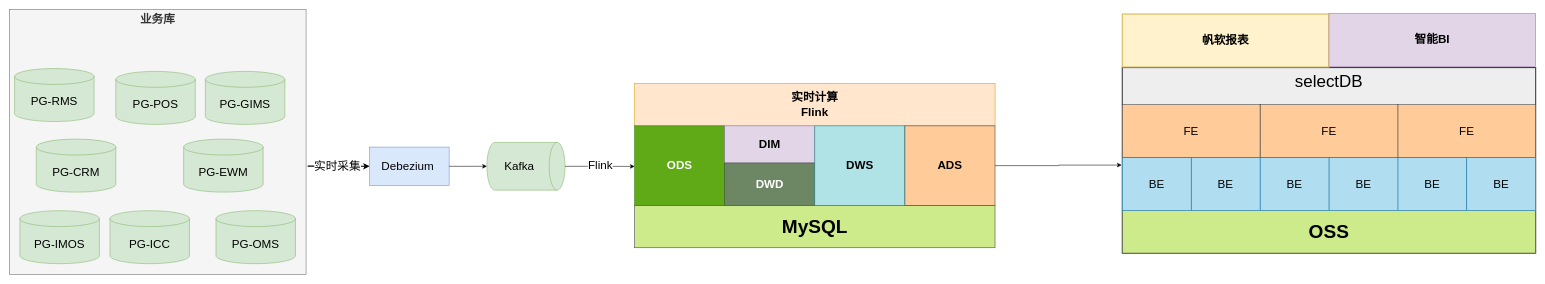
This is page "实时计算" (6 of 6) of BSD.drawio from starzy1990/diagrams, a draw.io file, before an edit. Source tidied: cells renumbered, new cells numbered last; positions are measured from the earlier drawing's top-left corner, leaving out a move shared by most shapes. Both pictures are drawn from the tidied source at 53%, with x=0, y=0 at pixel (9, 9).
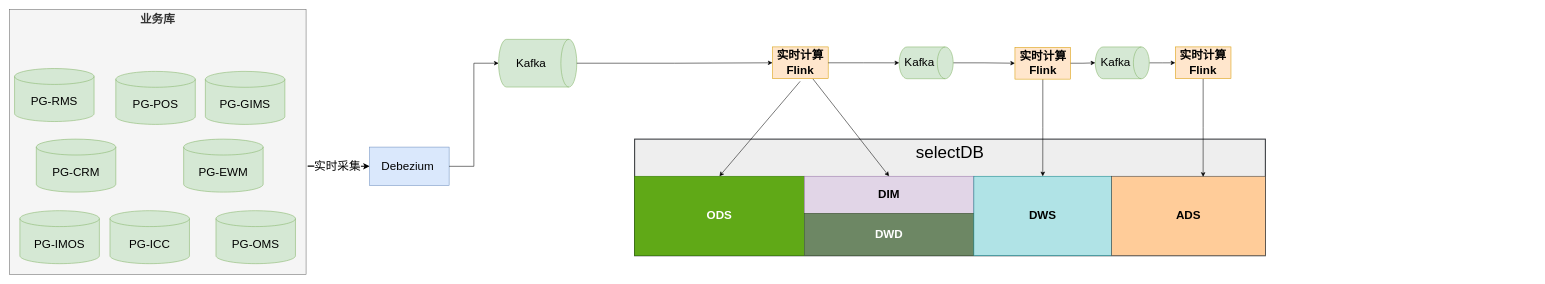
After the change.

The edit, as a diff of the source:
```diff
@@
     <mxCell id="2" value="selectDB" style="rounded=0;whiteSpace=wrap;html=1;fontSize=32;verticalAlign=top;fillColor=#eeeeee;strokeColor=#36393d;strokeWidth=2;" parent="1" vertex="1">
-      <mxGeometry x="2100" y="110" width="780" height="350" as="geometry" />
+      <mxGeometry x="1179.9" y="245" width="1190.1" height="220" as="geometry" />
     </mxCell>
-    <mxCell id="3" value="MySQL" style="rounded=0;whiteSpace=wrap;html=1;fillColor=#cdeb8b;horizontal=1;verticalAlign=middle;fontSize=36;strokeColor=#36393d;fontStyle=1;" parent="1" vertex="1">
-      <mxGeometry x="1179.9" y="370" width="680" height="80" as="geometry" />
-    </mxCell>
@@
-    <mxCell id="7" value="帆软报表" style="rounded=0;whiteSpace=wrap;html=1;fillColor=#fff2cc;strokeColor=#d6b656;strokeWidth=2;fontSize=22;fontStyle=1;" parent="1" vertex="1">
-      <mxGeometry x="2100" y="9" width="390" height="100" as="geometry" />
-    </mxCell>
     <mxCell id="8" value="Kafka" style="shape=cylinder3;whiteSpace=wrap;html=1;boundedLbl=1;backgroundOutline=1;size=15;rotation=90;fillColor=#d5e8d4;strokeColor=#82b366;fontSize=22;horizontal=0;" parent="1" vertex="1">
-      <mxGeometry x="929.9" y="222.5" width="90" height="147.5" as="geometry" />
+      <mxGeometry x="952" y="28" width="90" height="147.5" as="geometry" />
     </mxCell>
@@
-    <mxCell id="19" value="智能BI" style="rounded=0;whiteSpace=wrap;html=1;fontSize=22;fillColor=#e1d5e7;strokeColor=#9673a6;fontStyle=1;" parent="1" vertex="1">
-      <mxGeometry x="2490" y="8" width="390" height="100" as="geometry" />
-    </mxCell>
-    <mxCell id="20" value="实时计算&lt;div&gt;Flink&lt;/div&gt;" style="rounded=0;whiteSpace=wrap;html=1;fontStyle=1;fontSize=22;fillColor=#ffe6cc;strokeColor=#d79b00;" parent="1" vertex="1">
-      <mxGeometry x="1179.9" y="140" width="680.1" height="80" as="geometry" />
-    </mxCell>
+    <mxCell id="39" style="rounded=0;jettySize=auto;html=1;entryX=0.5;entryY=0;entryDx=0;entryDy=0;exitX=0.497;exitY=1.082;exitDx=0;exitDy=0;exitPerimeter=0;" parent="1" edge="1" source="41" target="21">
+      <mxGeometry relative="1" as="geometry" />
+    </mxCell>
     <mxCell id="21" value="ODS" style="rounded=0;whiteSpace=wrap;html=1;fillColor=#60a917;strokeColor=#2D7600;fontStyle=1;fontSize=22;fontColor=#ffffff;" parent="1" vertex="1">
-      <mxGeometry x="1179.9" y="220" width="170" height="150" as="geometry" />
+      <mxGeometry x="1179.9" y="315" width="320.1" height="150" as="geometry" />
     </mxCell>
     <mxCell id="22" value="DIM" style="rounded=0;whiteSpace=wrap;html=1;fillColor=#e1d5e7;strokeColor=#9673a6;fontStyle=1;fontSize=22;" parent="1" vertex="1">
-      <mxGeometry x="1349.9" y="220" width="170" height="70" as="geometry" />
+      <mxGeometry x="1500" y="315" width="320" height="70" as="geometry" />
     </mxCell>
     <mxCell id="23" value="DWD" style="rounded=0;whiteSpace=wrap;html=1;fillColor=#6d8764;strokeColor=#3A5431;fontStyle=1;fontSize=22;fontColor=#ffffff;" parent="1" vertex="1">
-      <mxGeometry x="1349.9" y="290" width="170" height="80" as="geometry" />
+      <mxGeometry x="1500" y="385" width="320" height="80" as="geometry" />
     </mxCell>
     <mxCell id="24" value="DWS" style="rounded=0;whiteSpace=wrap;html=1;fillColor=#b0e3e6;strokeColor=#0e8088;fontStyle=1;fontSize=22;" parent="1" vertex="1">
-      <mxGeometry x="1519.9" y="220" width="170" height="150" as="geometry" />
+      <mxGeometry x="1820" y="315" width="260" height="150" as="geometry" />
     </mxCell>
-    <mxCell id="25" style="edgeStyle=orthogonalEdgeStyle;rounded=0;jettySize=auto;html=1;entryX=-0.009;entryY=0.14;entryDx=0;entryDy=0;entryPerimeter=0;" parent="1" edge="1" source="26" target="35">
-      <mxGeometry relative="1" as="geometry" />
-    </mxCell>
     <mxCell id="26" value="ADS" style="rounded=0;whiteSpace=wrap;html=1;fillColor=#ffcc99;strokeColor=#36393d;fontStyle=1;fontSize=22;" parent="1" vertex="1">
-      <mxGeometry x="1689.9" y="220" width="170" height="150" as="geometry" />
+      <mxGeometry x="2080" y="315" width="290" height="150" as="geometry" />
     </mxCell>
-    <mxCell id="27" value="OSS" style="rounded=0;whiteSpace=wrap;html=1;fillColor=#cdeb8b;horizontal=1;verticalAlign=middle;fontSize=36;strokeColor=#36393d;fontStyle=1;" parent="1" vertex="1">
-      <mxGeometry x="2100" y="380" width="780" height="80" as="geometry" />
-    </mxCell>
-    <mxCell id="28" value="BE" style="rounded=0;whiteSpace=wrap;html=1;fontSize=22;fillColor=#b1ddf0;strokeColor=#10739e;" parent="1" vertex="1">
-      <mxGeometry x="2620" y="280" width="130" height="100" as="geometry" />
-    </mxCell>
-    <mxCell id="29" value="FE" style="rounded=0;whiteSpace=wrap;html=1;fontSize=22;fillColor=#ffcc99;strokeColor=#36393d;" parent="1" vertex="1">
-      <mxGeometry x="2620" y="180" width="260" height="100" as="geometry" />
-    </mxCell>
-    <mxCell id="30" style="edgeStyle=orthogonalEdgeStyle;rounded=0;jettySize=auto;html=1;" parent="1" edge="1" source="8">
-      <mxGeometry relative="1" as="geometry">
-        <mxPoint x="1179.9" y="296.5" as="targetPoint" />
-      </mxGeometry>
+    <mxCell id="30" style="edgeStyle=orthogonalEdgeStyle;rounded=0;jettySize=auto;html=1;entryX=0;entryY=0.5;entryDx=0;entryDy=0;" parent="1" edge="1" source="8" target="41">
+      <mxGeometry relative="1" as="geometry" />
     </mxCell>
-    <mxCell id="31" value="Flink" style="edgeLabel;html=1;align=center;verticalAlign=middle;fontSize=22;" parent="30" vertex="1">
-      <mxGeometry y="3" relative="1" as="geometry">
-        <mxPoint x="1" as="offset" />
-      </mxGeometry>
-    </mxCell>
-    <mxCell id="32" value="BE" style="rounded=0;whiteSpace=wrap;html=1;fontSize=22;fillColor=#b1ddf0;strokeColor=#10739e;" parent="1" vertex="1">
-      <mxGeometry x="2490" y="280" width="130" height="100" as="geometry" />
-    </mxCell>
-    <mxCell id="33" value="BE" style="rounded=0;whiteSpace=wrap;html=1;fontSize=22;fillColor=#b1ddf0;strokeColor=#10739e;" parent="1" vertex="1">
-      <mxGeometry x="2360" y="280" width="130" height="100" as="geometry" />
-    </mxCell>
-    <mxCell id="34" value="BE" style="rounded=0;whiteSpace=wrap;html=1;fontSize=22;fillColor=#b1ddf0;strokeColor=#10739e;" parent="1" vertex="1">
-      <mxGeometry x="2230" y="280" width="130" height="100" as="geometry" />
-    </mxCell>
-    <mxCell id="35" value="BE" style="rounded=0;whiteSpace=wrap;html=1;fontSize=22;fillColor=#b1ddf0;strokeColor=#10739e;" parent="1" vertex="1">
-      <mxGeometry x="2100" y="280" width="130" height="100" as="geometry" />
-    </mxCell>
-    <mxCell id="36" value="BE" style="rounded=0;whiteSpace=wrap;html=1;fontSize=22;fillColor=#b1ddf0;strokeColor=#10739e;" parent="1" vertex="1">
-      <mxGeometry x="2750" y="280" width="130" height="100" as="geometry" />
-    </mxCell>
-    <mxCell id="37" value="FE" style="rounded=0;whiteSpace=wrap;html=1;fontSize=22;fillColor=#ffcc99;strokeColor=#36393d;" parent="1" vertex="1">
-      <mxGeometry x="2360" y="180" width="260" height="100" as="geometry" />
-    </mxCell>
-    <mxCell id="38" value="FE" style="rounded=0;whiteSpace=wrap;html=1;fontSize=22;fillColor=#ffcc99;strokeColor=#36393d;" parent="1" vertex="1">
-      <mxGeometry x="2100" y="180" width="260" height="100" as="geometry" />
-    </mxCell>
+    <mxCell id="40" style="rounded=0;jettySize=auto;html=1;entryX=0.5;entryY=0;entryDx=0;entryDy=0;" parent="1" edge="1" source="41" target="22">
+      <mxGeometry relative="1" as="geometry" />
+    </mxCell>
+    <mxCell id="41" value="实时计算&lt;div&gt;Flink&lt;/div&gt;" style="rounded=0;whiteSpace=wrap;html=1;fontStyle=1;fontSize=22;fillColor=#ffe6cc;strokeColor=#d79b00;" parent="1" vertex="1">
+      <mxGeometry x="1440" y="71" width="105.1" height="60" as="geometry" />
+    </mxCell>
+    <mxCell id="42" style="edgeStyle=orthogonalEdgeStyle;rounded=0;jettySize=auto;html=1;entryX=0;entryY=0.5;entryDx=0;entryDy=0;" parent="1" edge="1" source="43" target="45">
+      <mxGeometry relative="1" as="geometry" />
+    </mxCell>
+    <mxCell id="43" value="Kafka" style="shape=cylinder3;whiteSpace=wrap;html=1;boundedLbl=1;backgroundOutline=1;size=15;rotation=90;fillColor=#d5e8d4;strokeColor=#82b366;fontSize=22;horizontal=0;" parent="1" vertex="1">
+      <mxGeometry x="1700" y="50.1" width="60" height="101.9" as="geometry" />
+    </mxCell>
+    <mxCell id="44" style="edgeStyle=orthogonalEdgeStyle;rounded=0;jettySize=auto;html=1;entryX=0.5;entryY=0;entryDx=0;entryDy=0;" parent="1" edge="1" source="45" target="24">
+      <mxGeometry relative="1" as="geometry" />
+    </mxCell>
+    <mxCell id="45" value="实时计算&lt;div&gt;Flink&lt;/div&gt;" style="rounded=0;whiteSpace=wrap;html=1;fontStyle=1;fontSize=22;fillColor=#ffe6cc;strokeColor=#d79b00;" parent="1" vertex="1">
+      <mxGeometry x="1897.5" y="71.8" width="105.1" height="60" as="geometry" />
+    </mxCell>
+    <mxCell id="46" style="edgeStyle=orthogonalEdgeStyle;rounded=0;jettySize=auto;html=1;entryX=0;entryY=0.5;entryDx=0;entryDy=0;" parent="1" edge="1" source="47" target="49">
+      <mxGeometry relative="1" as="geometry" />
+    </mxCell>
+    <mxCell id="47" value="Kafka" style="shape=cylinder3;whiteSpace=wrap;html=1;boundedLbl=1;backgroundOutline=1;size=15;rotation=90;fillColor=#d5e8d4;strokeColor=#82b366;fontSize=22;horizontal=0;" parent="1" vertex="1">
+      <mxGeometry x="2070" y="50.1" width="60" height="101.9" as="geometry" />
+    </mxCell>
+    <mxCell id="48" style="edgeStyle=orthogonalEdgeStyle;rounded=0;jettySize=auto;html=1;entryX=0.595;entryY=0.007;entryDx=0;entryDy=0;entryPerimeter=0;" parent="1" edge="1" source="49" target="26">
+      <mxGeometry relative="1" as="geometry" />
+    </mxCell>
+    <mxCell id="49" value="实时计算&lt;div&gt;Flink&lt;/div&gt;" style="rounded=0;whiteSpace=wrap;html=1;fontStyle=1;fontSize=22;fillColor=#ffe6cc;strokeColor=#d79b00;" parent="1" vertex="1">
+      <mxGeometry x="2200" y="71" width="105.1" height="60" as="geometry" />
+    </mxCell>
+    <mxCell id="50" style="edgeStyle=orthogonalEdgeStyle;rounded=0;jettySize=auto;html=1;entryX=0.5;entryY=1;entryDx=0;entryDy=0;entryPerimeter=0;" parent="1" edge="1" source="41" target="43">
+      <mxGeometry relative="1" as="geometry" />
+    </mxCell>
+    <mxCell id="51" style="edgeStyle=orthogonalEdgeStyle;rounded=0;jettySize=auto;html=1;entryX=0.5;entryY=1;entryDx=0;entryDy=0;entryPerimeter=0;" parent="1" edge="1" source="45" target="47">
+      <mxGeometry relative="1" as="geometry" />
+    </mxCell>
```
